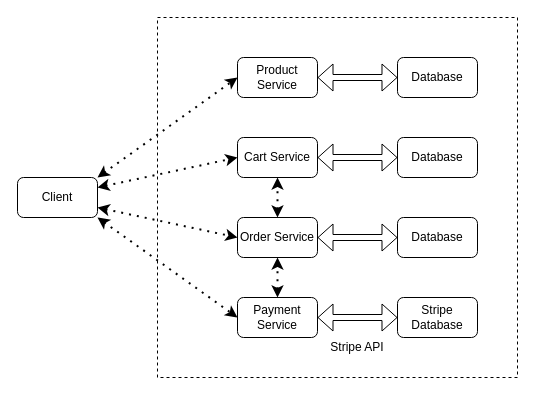
The draw.io diagram ECommerce_backend.drawio in neeraj06152k/ECommerceMicroservices, before the edit. Source tidied: cells renumbered, new cells numbered last; positions are measured from the earlier drawing's top-left corner, leaving out a move shared by most shapes. Both pictures are drawn from the tidied source at 100%, with x=0, y=0 at pixel (17, 17).
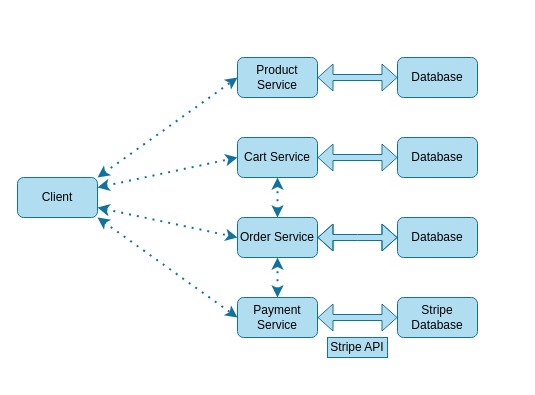
Above is the later version.

Diff of the diagram source:
```diff
@@
-    <mxCell id="2" value="Client" style="rounded=1;whiteSpace=wrap;html=1;" parent="1" vertex="1">
+    <mxCell id="2" value="Client" style="rounded=1;whiteSpace=wrap;html=1;backgroundOutline=0;labelBackgroundColor=none;fillColor=#b1ddf0;strokeColor=#10739e;" parent="1" vertex="1">
       <mxGeometry y="160" width="80" height="40" as="geometry" />
     </mxCell>
-    <mxCell id="3" value="Cart Service" style="rounded=1;whiteSpace=wrap;html=1;" parent="1" vertex="1">
+    <mxCell id="3" value="Cart Service" style="rounded=1;whiteSpace=wrap;html=1;backgroundOutline=0;labelBackgroundColor=none;fillColor=#b1ddf0;strokeColor=#10739e;" parent="1" vertex="1">
       <mxGeometry x="220" y="120" width="80" height="40" as="geometry" />
     </mxCell>
-    <mxCell id="4" value="Order Service" style="rounded=1;whiteSpace=wrap;html=1;" parent="1" vertex="1">
+    <mxCell id="4" value="Order Service" style="rounded=1;whiteSpace=wrap;html=1;backgroundOutline=0;labelBackgroundColor=none;fillColor=#b1ddf0;strokeColor=#10739e;" parent="1" vertex="1">
       <mxGeometry x="220" y="200" width="80" height="40" as="geometry" />
     </mxCell>
-    <mxCell id="5" value="Product Service" style="rounded=1;whiteSpace=wrap;html=1;" parent="1" vertex="1">
+    <mxCell id="5" value="Product Service" style="rounded=1;whiteSpace=wrap;html=1;backgroundOutline=0;labelBackgroundColor=none;fillColor=#b1ddf0;strokeColor=#10739e;" parent="1" vertex="1">
       <mxGeometry x="220" y="40" width="80" height="40" as="geometry" />
     </mxCell>
-    <mxCell id="6" value="Payment Service" style="rounded=1;whiteSpace=wrap;html=1;" parent="1" vertex="1">
+    <mxCell id="6" value="Payment Service" style="rounded=1;whiteSpace=wrap;html=1;backgroundOutline=0;labelBackgroundColor=none;fillColor=#b1ddf0;strokeColor=#10739e;" parent="1" vertex="1">
       <mxGeometry x="220" y="280" width="80" height="40" as="geometry" />
     </mxCell>
-    <mxCell id="7" value="Database" style="rounded=1;whiteSpace=wrap;html=1;" parent="1" vertex="1">
+    <mxCell id="7" value="Database" style="rounded=1;whiteSpace=wrap;html=1;backgroundOutline=0;labelBackgroundColor=none;fillColor=#b1ddf0;strokeColor=#10739e;" parent="1" vertex="1">
       <mxGeometry x="380" y="40" width="80" height="40" as="geometry" />
     </mxCell>
-    <mxCell id="8" value="Database" style="rounded=1;whiteSpace=wrap;html=1;" parent="1" vertex="1">
+    <mxCell id="8" value="Database" style="rounded=1;whiteSpace=wrap;html=1;backgroundOutline=0;labelBackgroundColor=none;fillColor=#b1ddf0;strokeColor=#10739e;" parent="1" vertex="1">
       <mxGeometry x="380" y="120" width="80" height="40" as="geometry" />
     </mxCell>
-    <mxCell id="9" value="Database" style="rounded=1;whiteSpace=wrap;html=1;" parent="1" vertex="1">
+    <mxCell id="9" value="Database" style="rounded=1;whiteSpace=wrap;html=1;backgroundOutline=0;labelBackgroundColor=none;fillColor=#b1ddf0;strokeColor=#10739e;" parent="1" vertex="1">
       <mxGeometry x="380" y="200" width="80" height="40" as="geometry" />
     </mxCell>
-    <mxCell id="10" value="Stripe Database" style="rounded=1;whiteSpace=wrap;html=1;" parent="1" vertex="1">
+    <mxCell id="10" value="Stripe Database" style="rounded=1;whiteSpace=wrap;html=1;backgroundOutline=0;labelBackgroundColor=none;fillColor=#b1ddf0;strokeColor=#10739e;" parent="1" vertex="1">
       <mxGeometry x="380" y="280" width="80" height="40" as="geometry" />
     </mxCell>
-    <mxCell id="11" style="shape=flexArrow;endArrow=classic;startArrow=classic;html=1;rounded=0;exitX=1;exitY=0.5;exitDx=0;exitDy=0;entryX=0;entryY=0.5;entryDx=0;entryDy=0;width=6;endSize=4.67;endWidth=20;startWidth=20;startSize=4.67;" parent="1" edge="1" source="5" target="7">
+    <mxCell id="11" style="shape=flexArrow;endArrow=classic;startArrow=classic;html=1;rounded=0;exitX=1;exitY=0.5;exitDx=0;exitDy=0;entryX=0;entryY=0.5;entryDx=0;entryDy=0;width=6;endSize=4.67;endWidth=20;startWidth=20;startSize=4.67;backgroundOutline=0;labelBackgroundColor=none;strokeColor=#10739e;fontColor=default;fillColor=#b1ddf0;" parent="1" edge="1" source="5" target="7">
       <mxGeometry relative="1" as="geometry" />
     </mxCell>
-    <mxCell id="12" style="shape=flexArrow;endArrow=classic;startArrow=classic;html=1;rounded=0;exitX=1;exitY=0.5;exitDx=0;exitDy=0;entryX=0;entryY=0.5;entryDx=0;entryDy=0;width=6;endSize=4.67;endWidth=20;startWidth=20;startSize=4.67;" parent="1" edge="1" source="3" target="8">
+    <mxCell id="12" style="shape=flexArrow;endArrow=classic;startArrow=classic;html=1;rounded=0;exitX=1;exitY=0.5;exitDx=0;exitDy=0;entryX=0;entryY=0.5;entryDx=0;entryDy=0;width=6;endSize=4.67;endWidth=20;startWidth=20;startSize=4.67;backgroundOutline=0;labelBackgroundColor=none;strokeColor=#10739e;fontColor=default;fillColor=#b1ddf0;" parent="1" edge="1" source="3" target="8">
       <mxGeometry relative="1" as="geometry" />
     </mxCell>
-    <mxCell id="13" style="shape=flexArrow;endArrow=classic;startArrow=classic;html=1;rounded=0;exitX=1;exitY=0.5;exitDx=0;exitDy=0;entryX=0;entryY=0.5;entryDx=0;entryDy=0;width=6;endSize=4.67;endWidth=20;startWidth=20;startSize=4.67;" parent="1" edge="1" source="4" target="9">
-      <mxGeometry relative="1" as="geometry" />
+    <mxCell id="13" style="shape=flexArrow;endArrow=classic;startArrow=classic;html=1;rounded=0;exitX=1;exitY=0.5;exitDx=0;exitDy=0;entryX=0;entryY=0.5;entryDx=0;entryDy=0;width=6;endSize=4.67;endWidth=20;startWidth=20;startSize=4.67;backgroundOutline=0;labelBackgroundColor=none;strokeColor=#10739e;fontColor=default;fillColor=#b1ddf0;" parent="1" edge="1" source="4" target="9">
+      <mxGeometry relative="1" as="geometry">
+        <Array as="points">
+          <mxPoint x="340" y="220" />
+        </Array>
+      </mxGeometry>
     </mxCell>
-    <mxCell id="14" style="shape=flexArrow;endArrow=classic;startArrow=classic;html=1;rounded=0;exitX=1;exitY=0.5;exitDx=0;exitDy=0;entryX=0;entryY=0.5;entryDx=0;entryDy=0;width=6;endSize=4.67;endWidth=20;startWidth=20;startSize=4.67;" parent="1" edge="1" source="6" target="10">
+    <mxCell id="14" style="shape=flexArrow;endArrow=classic;startArrow=classic;html=1;rounded=0;exitX=1;exitY=0.5;exitDx=0;exitDy=0;entryX=0;entryY=0.5;entryDx=0;entryDy=0;width=6;endSize=4.67;endWidth=20;startWidth=20;startSize=4.67;backgroundOutline=0;labelBackgroundColor=none;strokeColor=#10739e;fontColor=default;fillColor=#b1ddf0;" parent="1" edge="1" source="6" target="10">
       <mxGeometry relative="1" as="geometry" />
     </mxCell>
-    <mxCell id="15" style="endArrow=classic;dashed=1;html=1;dashPattern=1 3;strokeWidth=2;rounded=0;exitX=1;exitY=0;exitDx=0;exitDy=0;entryX=0;entryY=0.5;entryDx=0;entryDy=0;startArrow=classic;startFill=1;endFill=1;" parent="1" edge="1" source="2" target="5">
+    <mxCell id="15" style="endArrow=classic;dashed=1;html=1;dashPattern=1 3;strokeWidth=2;rounded=0;exitX=1;exitY=0;exitDx=0;exitDy=0;entryX=0;entryY=0.5;entryDx=0;entryDy=0;startArrow=classic;startFill=1;endFill=1;backgroundOutline=0;labelBackgroundColor=none;strokeColor=#10739e;fontColor=default;fillColor=#b1ddf0;" parent="1" edge="1" source="2" target="5">
       <mxGeometry relative="1" as="geometry" />
     </mxCell>
-    <mxCell id="16" style="endArrow=classic;dashed=1;html=1;dashPattern=1 3;strokeWidth=2;rounded=0;exitX=1;exitY=0.25;exitDx=0;exitDy=0;entryX=0;entryY=0.5;entryDx=0;entryDy=0;startArrow=classic;startFill=1;endFill=1;" parent="1" edge="1" source="2" target="3">
+    <mxCell id="16" style="endArrow=classic;dashed=1;html=1;dashPattern=1 3;strokeWidth=2;rounded=0;exitX=1;exitY=0.25;exitDx=0;exitDy=0;entryX=0;entryY=0.5;entryDx=0;entryDy=0;startArrow=classic;startFill=1;endFill=1;backgroundOutline=0;labelBackgroundColor=none;strokeColor=#10739e;fontColor=default;fillColor=#b1ddf0;" parent="1" edge="1" source="2" target="3">
       <mxGeometry relative="1" as="geometry" />
     </mxCell>
-    <mxCell id="17" style="endArrow=classic;dashed=1;html=1;dashPattern=1 3;strokeWidth=2;rounded=0;exitX=1;exitY=0.75;exitDx=0;exitDy=0;entryX=0;entryY=0.5;entryDx=0;entryDy=0;startArrow=classic;startFill=1;endFill=1;" parent="1" edge="1" source="2" target="4">
+    <mxCell id="17" style="endArrow=classic;dashed=1;html=1;dashPattern=1 3;strokeWidth=2;rounded=0;exitX=1;exitY=0.75;exitDx=0;exitDy=0;entryX=0;entryY=0.5;entryDx=0;entryDy=0;startArrow=classic;startFill=1;endFill=1;backgroundOutline=0;labelBackgroundColor=none;strokeColor=#10739e;fontColor=default;fillColor=#b1ddf0;" parent="1" edge="1" source="2" target="4">
       <mxGeometry relative="1" as="geometry" />
     </mxCell>
-    <mxCell id="18" style="endArrow=classic;dashed=1;html=1;dashPattern=1 3;strokeWidth=2;rounded=0;exitX=1;exitY=1;exitDx=0;exitDy=0;entryX=0;entryY=0.5;entryDx=0;entryDy=0;startArrow=classic;startFill=1;endFill=1;" parent="1" edge="1" source="2" target="6">
+    <mxCell id="18" style="endArrow=classic;dashed=1;html=1;dashPattern=1 3;strokeWidth=2;rounded=0;exitX=1;exitY=1;exitDx=0;exitDy=0;entryX=0;entryY=0.5;entryDx=0;entryDy=0;startArrow=classic;startFill=1;endFill=1;backgroundOutline=0;labelBackgroundColor=none;strokeColor=#10739e;fontColor=default;fillColor=#b1ddf0;" parent="1" edge="1" source="2" target="6">
       <mxGeometry relative="1" as="geometry" />
     </mxCell>
-    <mxCell id="19" value="Stripe API" style="text;html=1;align=center;verticalAlign=middle;whiteSpace=wrap;rounded=0;" parent="1" vertex="1">
+    <mxCell id="19" value="Stripe API" style="text;html=1;align=center;verticalAlign=middle;whiteSpace=wrap;rounded=0;backgroundOutline=0;labelBackgroundColor=none;fillColor=#b1ddf0;strokeColor=#10739e;" parent="1" vertex="1">
       <mxGeometry x="310" y="320" width="60" height="20" as="geometry" />
     </mxCell>
-    <mxCell id="20" style="endArrow=classic;dashed=1;html=1;dashPattern=1 3;strokeWidth=2;rounded=0;exitX=0.5;exitY=0;exitDx=0;exitDy=0;entryX=0.5;entryY=1;entryDx=0;entryDy=0;startArrow=classic;startFill=1;endFill=1;" parent="1" edge="1" source="4" target="3">
+    <mxCell id="20" style="endArrow=classic;dashed=1;html=1;dashPattern=1 3;strokeWidth=2;rounded=0;exitX=0.5;exitY=0;exitDx=0;exitDy=0;entryX=0.5;entryY=1;entryDx=0;entryDy=0;startArrow=classic;startFill=1;endFill=1;backgroundOutline=0;labelBackgroundColor=none;strokeColor=#10739e;fontColor=default;fillColor=#b1ddf0;" parent="1" edge="1" source="4" target="3">
       <mxGeometry relative="1" as="geometry" />
     </mxCell>
-    <mxCell id="21" style="endArrow=classic;dashed=1;html=1;dashPattern=1 3;strokeWidth=2;rounded=0;exitX=0.5;exitY=0;exitDx=0;exitDy=0;entryX=0.5;entryY=1;entryDx=0;entryDy=0;startArrow=classic;startFill=1;endFill=1;" parent="1" edge="1" source="6" target="4">
+    <mxCell id="21" style="endArrow=classic;dashed=1;html=1;dashPattern=1 3;strokeWidth=2;rounded=0;exitX=0.5;exitY=0;exitDx=0;exitDy=0;entryX=0.5;entryY=1;entryDx=0;entryDy=0;startArrow=classic;startFill=1;endFill=1;backgroundOutline=0;labelBackgroundColor=none;strokeColor=#10739e;fontColor=default;fillColor=#b1ddf0;" parent="1" edge="1" source="6" target="4">
       <mxGeometry relative="1" as="geometry" />
     </mxCell>
-    <mxCell id="22" style="rounded=0;whiteSpace=wrap;html=1;fillColor=none;dashed=1;" parent="1" vertex="1">
-      <mxGeometry x="140" width="360" height="360" as="geometry" />
-    </mxCell>
```
